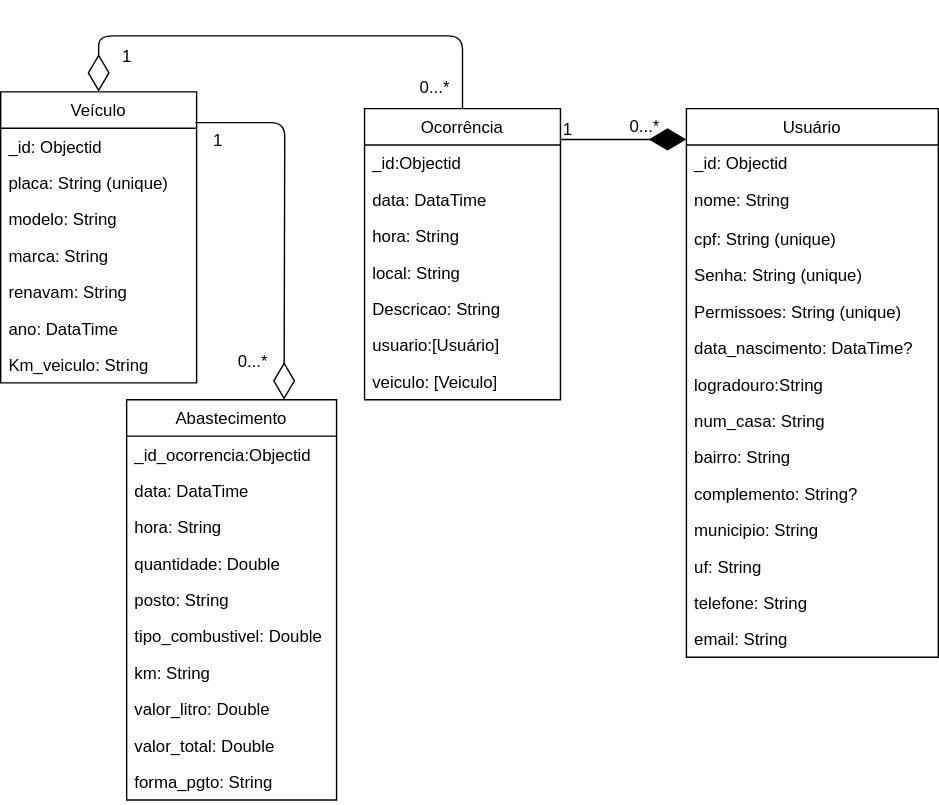
This is docs/NoAM.svg from FatecFranca/DSM-G04-PI3-2024-1, a draw.io export, as it was before one commit. Source tidied: cells renumbered, new cells last; positions are measured from the earlier drawing's top-left corner, leaving out a move shared by most shapes.
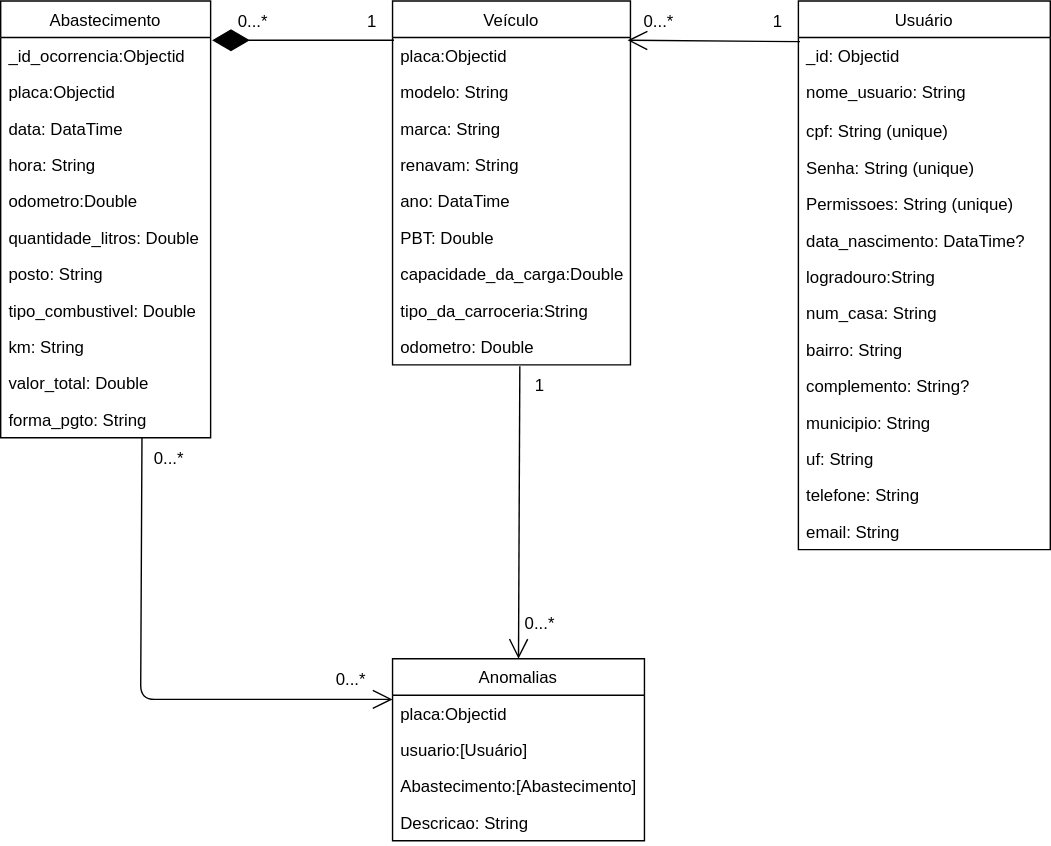
Above is the later version.

Commit message:
Alteração diagrama

What changed in the source:
```diff
@@ -3,68 +3,42 @@
     <mxCell id="0" />
     <mxCell id="1" parent="0" />
     <mxCell id="2" value="0...*" style="text;html=1;align=center;verticalAlign=middle;strokeColor=none;fillColor=none;" parent="1" vertex="1">
-      <mxGeometry x="440" y="50" width="40" height="30" as="geometry" />
+      <mxGeometry x="450" width="40" height="30" as="geometry" />
     </mxCell>
-    <mxCell id="3" style="endArrow=diamondThin;endFill=1;endSize=24;html=1;exitX=1;exitY=0.121;exitDx=0;exitDy=0;exitPerimeter=0;" parent="1" edge="1">
-      <mxGeometry relative="1" as="geometry">
-        <mxPoint x="400" y="74" as="sourcePoint" />
-        <mxPoint x="490" y="74" as="targetPoint" />
-      </mxGeometry>
-    </mxCell>
     <mxCell id="4" value="1" style="text;html=1;align=center;verticalAlign=middle;strokeColor=none;fillColor=none;" parent="1" vertex="1">
-      <mxGeometry x="390" y="52" width="30" height="30" as="geometry" />
+      <mxGeometry x="370" y="260" width="30" height="30" as="geometry" />
     </mxCell>
     <mxCell id="5" value="1" style="text;html=1;align=center;verticalAlign=middle;strokeColor=none;fillColor=none;" parent="1" vertex="1">
-      <mxGeometry x="75" width="30" height="30" as="geometry" />
+      <mxGeometry x="250" width="30" height="30" as="geometry" />
     </mxCell>
-    <mxCell id="6" style="endArrow=diamondThin;endFill=0;endSize=24;html=1;entryX=0.5;entryY=0;entryDx=0;entryDy=0;exitX=0.5;exitY=0;exitDx=0;exitDy=0;" parent="1" edge="1">
-      <mxGeometry relative="1" as="geometry">
-        <mxPoint x="330" y="52" as="sourcePoint" />
-        <mxPoint x="70" y="40" as="targetPoint" />
-        <Array as="points">
-          <mxPoint x="330" />
-          <mxPoint x="210" />
-          <mxPoint x="70" />
-        </Array>
-      </mxGeometry>
-    </mxCell>
     <mxCell id="7" value="1" style="text;html=1;align=center;verticalAlign=middle;strokeColor=none;fillColor=none;" parent="1" vertex="1">
-      <mxGeometry x="140" y="60" width="30" height="30" as="geometry" />
+      <mxGeometry x="540" width="30" height="30" as="geometry" />
     </mxCell>
     <mxCell id="8" value="0...*" style="text;html=1;align=center;verticalAlign=middle;strokeColor=none;fillColor=none;" parent="1" vertex="1">
-      <mxGeometry x="160" y="218" width="40" height="30" as="geometry" />
+      <mxGeometry x="365" y="430" width="40" height="30" as="geometry" />
     </mxCell>
-    <mxCell id="9" value="Ocorrência" style="swimlane;fontStyle=0;horizontal=1;startSize=26;fillColor=none;" parent="1" vertex="1">
-      <mxGeometry x="260" y="52" width="140" height="208" as="geometry" />
+    <mxCell id="9" value="Anomalias" style="swimlane;fontStyle=0;horizontal=1;startSize=26;fillColor=none;" parent="1" vertex="1">
+      <mxGeometry x="280" y="470" width="180" height="130" as="geometry" />
     </mxCell>
-    <mxCell id="10" value="_id:Objectid" style="text;strokeColor=none;fillColor=none;align=left;verticalAlign=top;spacingLeft=4;spacingRight=4;overflow=hidden;points=[[0,0.5],[1,0.5]];portConstraint=eastwest;" parent="9" vertex="1">
-      <mxGeometry y="26" width="140" height="26" as="geometry" />
+    <mxCell id="10" value="placa:Objectid" style="text;strokeColor=none;fillColor=none;align=left;verticalAlign=top;spacingLeft=4;spacingRight=4;overflow=hidden;points=[[0,0.5],[1,0.5]];portConstraint=eastwest;" parent="9" vertex="1">
+      <mxGeometry y="26" width="180" height="26" as="geometry" />
     </mxCell>
-    <mxCell id="11" value="data: DataTime" style="text;strokeColor=none;fillColor=none;align=left;verticalAlign=top;spacingLeft=4;spacingRight=4;overflow=hidden;" parent="9" vertex="1">
-      <mxGeometry y="52" width="140" height="26" as="geometry" />
-    </mxCell>
-    <mxCell id="12" value="hora: String" style="text;strokeColor=none;fillColor=none;align=left;verticalAlign=top;spacingLeft=4;spacingRight=4;overflow=hidden;" parent="9" vertex="1">
-      <mxGeometry y="78" width="140" height="26" as="geometry" />
-    </mxCell>
-    <mxCell id="13" value="local: String" style="text;strokeColor=none;fillColor=none;align=left;verticalAlign=top;spacingLeft=4;spacingRight=4;overflow=hidden;" parent="9" vertex="1">
-      <mxGeometry y="104" width="140" height="26" as="geometry" />
-    </mxCell>
+    <mxCell id="15" value="usuario:[Usuário]" style="text;strokeColor=none;fillColor=none;align=left;verticalAlign=top;spacingLeft=4;spacingRight=4;overflow=hidden;" parent="9" vertex="1">
+      <mxGeometry y="52" width="180" height="26" as="geometry" />
+    </mxCell>
+    <mxCell id="53" value="Abastecimento:[Abastecimento]" style="text;strokeColor=none;fillColor=none;align=left;verticalAlign=top;spacingLeft=4;spacingRight=4;overflow=hidden;" parent="9" vertex="1">
+      <mxGeometry y="78" width="180" height="26" as="geometry" />
+    </mxCell>
     <mxCell id="14" value="Descricao: String" style="text;strokeColor=none;fillColor=none;align=left;verticalAlign=top;spacingLeft=4;spacingRight=4;overflow=hidden;" parent="9" vertex="1">
-      <mxGeometry y="130" width="140" height="26" as="geometry" />
+      <mxGeometry y="104" width="180" height="26" as="geometry" />
     </mxCell>
-    <mxCell id="15" value="usuario:[Usuário]" style="text;strokeColor=none;fillColor=none;align=left;verticalAlign=top;spacingLeft=4;spacingRight=4;overflow=hidden;" parent="9" vertex="1">
-      <mxGeometry y="156" width="140" height="26" as="geometry" />
-    </mxCell>
-    <mxCell id="16" value="veiculo: [Veiculo]" style="text;strokeColor=none;fillColor=none;align=left;verticalAlign=top;spacingLeft=4;spacingRight=4;overflow=hidden;" parent="9" vertex="1">
-      <mxGeometry y="182" width="140" height="26" as="geometry" />
-    </mxCell>
     <mxCell id="17" value="Usuário" style="swimlane;fontStyle=0;horizontal=1;startSize=26;fillColor=none;" parent="1" vertex="1">
-      <mxGeometry x="490" y="52" width="180" height="392" as="geometry" />
+      <mxGeometry x="570" width="180" height="392" as="geometry" />
     </mxCell>
     <mxCell id="18" value="_id: Objectid" style="text;strokeColor=none;fillColor=none;align=left;verticalAlign=top;spacingLeft=4;spacingRight=4;overflow=hidden;points=[[0,0.5],[1,0.5]];portConstraint=eastwest;" parent="17" vertex="1">
       <mxGeometry y="26" width="180" height="26" as="geometry" />
     </mxCell>
-    <mxCell id="19" value="nome: String" style="text;strokeColor=none;fillColor=none;align=left;verticalAlign=top;spacingLeft=4;spacingRight=4;overflow=hidden;" parent="17" vertex="1">
+    <mxCell id="19" value="nome_usuario: String" style="text;strokeColor=none;fillColor=none;align=left;verticalAlign=top;spacingLeft=4;spacingRight=4;overflow=hidden;" parent="17" vertex="1">
       <mxGeometry y="52" width="180" height="28" as="geometry" />
     </mxCell>
     <mxCell id="20" value="cpf: String (unique)" style="text;strokeColor=none;fillColor=none;align=left;verticalAlign=top;spacingLeft=4;spacingRight=4;overflow=hidden;" parent="17" vertex="1">
@@ -104,71 +78,96 @@
       <mxGeometry y="366" width="180" height="26" as="geometry" />
     </mxCell>
     <mxCell id="32" value="Veículo" style="swimlane;fontStyle=0;horizontal=1;startSize=26;fillColor=none;" parent="1" vertex="1">
-      <mxGeometry y="40" width="140" height="208" as="geometry" />
+      <mxGeometry x="280" width="170" height="260" as="geometry" />
     </mxCell>
-    <mxCell id="33" value="_id: Objectid" style="text;strokeColor=none;fillColor=none;align=left;verticalAlign=top;spacingLeft=4;spacingRight=4;overflow=hidden;points=[[0,0.5],[1,0.5]];portConstraint=eastwest;" parent="32" vertex="1">
-      <mxGeometry y="26" width="140" height="26" as="geometry" />
-    </mxCell>
-    <mxCell id="34" value="placa: String (unique)" style="text;strokeColor=none;fillColor=none;align=left;verticalAlign=top;spacingLeft=4;spacingRight=4;overflow=hidden;points=[[0,0.5],[1,0.5]];portConstraint=eastwest;" parent="32" vertex="1">
-      <mxGeometry y="52" width="140" height="26" as="geometry" />
+    <mxCell id="34" value="placa:Objectid" style="text;strokeColor=none;fillColor=none;align=left;verticalAlign=top;spacingLeft=4;spacingRight=4;overflow=hidden;points=[[0,0.5],[1,0.5]];portConstraint=eastwest;" parent="32" vertex="1">
+      <mxGeometry y="26" width="170" height="26" as="geometry" />
     </mxCell>
     <mxCell id="35" value="modelo: String" style="text;strokeColor=none;fillColor=none;align=left;verticalAlign=top;spacingLeft=4;spacingRight=4;overflow=hidden;" parent="32" vertex="1">
-      <mxGeometry y="78" width="140" height="26" as="geometry" />
+      <mxGeometry y="52" width="170" height="26" as="geometry" />
     </mxCell>
     <mxCell id="36" value="marca: String" style="text;strokeColor=none;fillColor=none;align=left;verticalAlign=top;spacingLeft=4;spacingRight=4;overflow=hidden;" parent="32" vertex="1">
-      <mxGeometry y="104" width="140" height="26" as="geometry" />
+      <mxGeometry y="78" width="170" height="26" as="geometry" />
     </mxCell>
     <mxCell id="37" value="renavam: String" style="text;strokeColor=none;fillColor=none;align=left;verticalAlign=top;spacingLeft=4;spacingRight=4;overflow=hidden;" parent="32" vertex="1">
-      <mxGeometry y="130" width="140" height="26" as="geometry" />
+      <mxGeometry y="104" width="170" height="26" as="geometry" />
     </mxCell>
     <mxCell id="38" value="ano: DataTime" style="text;strokeColor=none;fillColor=none;align=left;verticalAlign=top;spacingLeft=4;spacingRight=4;overflow=hidden;" parent="32" vertex="1">
-      <mxGeometry y="156" width="140" height="26" as="geometry" />
+      <mxGeometry y="130" width="170" height="26" as="geometry" />
     </mxCell>
+    <mxCell id="54" value="PBT: Double" style="text;strokeColor=none;fillColor=none;align=left;verticalAlign=top;spacingLeft=4;spacingRight=4;overflow=hidden;" parent="32" vertex="1">
+      <mxGeometry y="156" width="170" height="26" as="geometry" />
+    </mxCell>
+    <mxCell id="55" value="capacidade_da_carga:Double" style="text;strokeColor=none;fillColor=none;align=left;verticalAlign=top;spacingLeft=4;spacingRight=4;overflow=hidden;" parent="32" vertex="1">
+      <mxGeometry y="182" width="170" height="26" as="geometry" />
+    </mxCell>
+    <mxCell id="56" value="tipo_da_carroceria:String" style="text;strokeColor=none;fillColor=none;align=left;verticalAlign=top;spacingLeft=4;spacingRight=4;overflow=hidden;" parent="32" vertex="1">
+      <mxGeometry y="208" width="170" height="26" as="geometry" />
+    </mxCell>
-    <mxCell id="39" value="Km_veiculo: String" style="text;strokeColor=none;fillColor=none;align=left;verticalAlign=top;spacingLeft=4;spacingRight=4;overflow=hidden;points=[[0,0.5],[1,0.5]];portConstraint=eastwest;" parent="32" vertex="1">
-      <mxGeometry y="182" width="140" height="26" as="geometry" />
+    <mxCell id="39" value="odometro: Double" style="text;strokeColor=none;fillColor=none;align=left;verticalAlign=top;spacingLeft=4;spacingRight=4;overflow=hidden;points=[[0,0.5],[1,0.5]];portConstraint=eastwest;" parent="32" vertex="1">
+      <mxGeometry y="234" width="170" height="26" as="geometry" />
     </mxCell>
     <mxCell id="40" value="Abastecimento" style="swimlane;fontStyle=0;horizontal=1;startSize=26;fillColor=none;" parent="1" vertex="1">
-      <mxGeometry x="90" y="260" width="150" height="286" as="geometry" />
+      <mxGeometry width="150" height="312" as="geometry" />
     </mxCell>
     <mxCell id="41" value="_id_ocorrencia:Objectid" style="text;strokeColor=none;fillColor=none;align=left;verticalAlign=top;spacingLeft=4;spacingRight=4;overflow=hidden;points=[[0,0.5],[1,0.5]];portConstraint=eastwest;" parent="40" vertex="1">
       <mxGeometry y="26" width="150" height="26" as="geometry" />
     </mxCell>
+    <mxCell id="57" value="placa:Objectid" style="text;strokeColor=none;fillColor=none;align=left;verticalAlign=top;spacingLeft=4;spacingRight=4;overflow=hidden;" parent="40" vertex="1">
+      <mxGeometry y="52" width="150" height="26" as="geometry" />
+    </mxCell>
     <mxCell id="42" value="data: DataTime" style="text;strokeColor=none;fillColor=none;align=left;verticalAlign=top;spacingLeft=4;spacingRight=4;overflow=hidden;" parent="40" vertex="1">
-      <mxGeometry y="52" width="150" height="26" as="geometry" />
+      <mxGeometry y="78" width="150" height="26" as="geometry" />
     </mxCell>
     <mxCell id="43" value="hora: String" style="text;strokeColor=none;fillColor=none;align=left;verticalAlign=top;spacingLeft=4;spacingRight=4;overflow=hidden;" parent="40" vertex="1">
-      <mxGeometry y="78" width="150" height="26" as="geometry" />
+      <mxGeometry y="104" width="150" height="26" as="geometry" />
     </mxCell>
+    <mxCell id="58" value="odometro:Double" style="text;strokeColor=none;fillColor=none;align=left;verticalAlign=top;spacingLeft=4;spacingRight=4;overflow=hidden;" parent="40" vertex="1">
+      <mxGeometry y="130" width="150" height="26" as="geometry" />
+    </mxCell>
-    <mxCell id="44" value="quantidade: Double" style="text;strokeColor=none;fillColor=none;align=left;verticalAlign=top;spacingLeft=4;spacingRight=4;overflow=hidden;" parent="40" vertex="1">
-      <mxGeometry y="104" width="150" height="26" as="geometry" />
+    <mxCell id="44" value="quantidade_litros: Double" style="text;strokeColor=none;fillColor=none;align=left;verticalAlign=top;spacingLeft=4;spacingRight=4;overflow=hidden;" parent="40" vertex="1">
+      <mxGeometry y="156" width="150" height="26" as="geometry" />
     </mxCell>
     <mxCell id="45" value="posto: String" style="text;strokeColor=none;fillColor=none;align=left;verticalAlign=top;spacingLeft=4;spacingRight=4;overflow=hidden;" parent="40" vertex="1">
-      <mxGeometry y="130" width="150" height="26" as="geometry" />
+      <mxGeometry y="182" width="150" height="26" as="geometry" />
     </mxCell>
     <mxCell id="46" value="tipo_combustivel: Double" style="text;strokeColor=none;fillColor=none;align=left;verticalAlign=top;spacingLeft=4;spacingRight=4;overflow=hidden;" parent="40" vertex="1">
-      <mxGeometry y="156" width="150" height="26" as="geometry" />
+      <mxGeometry y="208" width="150" height="26" as="geometry" />
     </mxCell>
     <mxCell id="47" value="km: String" style="text;strokeColor=none;fillColor=none;align=left;verticalAlign=top;spacingLeft=4;spacingRight=4;overflow=hidden;" parent="40" vertex="1">
-      <mxGeometry y="182" width="150" height="26" as="geometry" />
+      <mxGeometry y="234" width="150" height="26" as="geometry" />
     </mxCell>
-    <mxCell id="48" value="valor_litro: Double" style="text;strokeColor=none;fillColor=none;align=left;verticalAlign=top;spacingLeft=4;spacingRight=4;overflow=hidden;" parent="40" vertex="1">
-      <mxGeometry y="208" width="150" height="26" as="geometry" />
-    </mxCell>
     <mxCell id="49" value="valor_total: Double" style="text;strokeColor=none;fillColor=none;align=left;verticalAlign=top;spacingLeft=4;spacingRight=4;overflow=hidden;" parent="40" vertex="1">
-      <mxGeometry y="234" width="150" height="26" as="geometry" />
+      <mxGeometry y="260" width="150" height="26" as="geometry" />
     </mxCell>
     <mxCell id="50" value="forma_pgto: String" style="text;strokeColor=none;fillColor=none;align=left;verticalAlign=top;spacingLeft=4;spacingRight=4;overflow=hidden;" parent="40" vertex="1">
-      <mxGeometry y="260" width="150" height="26" as="geometry" />
+      <mxGeometry y="286" width="150" height="26" as="geometry" />
     </mxCell>
-    <mxCell id="51" style="endArrow=diamondThin;endFill=0;endSize=24;html=1;entryX=0.75;entryY=0;entryDx=0;entryDy=0;exitX=0.993;exitY=-0.154;exitDx=0;exitDy=0;exitPerimeter=0;" parent="1" edge="1" source="33" target="40">
-      <mxGeometry relative="1" as="geometry">
-        <Array as="points">
-          <mxPoint x="203" y="62" />
-        </Array>
-      </mxGeometry>
-    </mxCell>
     <mxCell id="52" value="0...*" style="text;html=1;align=center;verticalAlign=middle;strokeColor=none;fillColor=none;" parent="1" vertex="1">
-      <mxGeometry x="290" y="22" width="40" height="30" as="geometry" />
+      <mxGeometry x="160" width="40" height="30" as="geometry" />
     </mxCell>
+    <mxCell id="59" style="endArrow=open;endFill=1;endSize=12;html=1;entryX=0.988;entryY=0.077;entryDx=0;entryDy=0;entryPerimeter=0;exitX=0.006;exitY=0.115;exitDx=0;exitDy=0;exitPerimeter=0;" parent="1" edge="1" source="18" target="34">
+      <mxGeometry relative="1" as="geometry" />
+    </mxCell>
+    <mxCell id="60" style="endArrow=diamondThin;endFill=1;endSize=24;html=1;entryX=1.007;entryY=0.077;entryDx=0;entryDy=0;entryPerimeter=0;exitX=0.006;exitY=0.077;exitDx=0;exitDy=0;exitPerimeter=0;" parent="1" edge="1" source="34" target="41">
+      <mxGeometry relative="1" as="geometry" />
+    </mxCell>
+    <mxCell id="61" style="endArrow=open;endFill=1;endSize=12;html=1;exitX=0.535;exitY=1.038;exitDx=0;exitDy=0;exitPerimeter=0;entryX=0.5;entryY=0;entryDx=0;entryDy=0;" parent="1" edge="1" source="39" target="9">
+      <mxGeometry relative="1" as="geometry" />
+    </mxCell>
+    <mxCell id="62" style="endArrow=open;endFill=1;endSize=12;html=1;exitX=0.535;exitY=1.038;exitDx=0;exitDy=0;exitPerimeter=0;entryX=0;entryY=0.115;entryDx=0;entryDy=0;entryPerimeter=0;" parent="1" edge="1" target="10">
+      <mxGeometry relative="1" as="geometry">
+        <mxPoint x="101" y="312" as="sourcePoint" />
+        <Array as="points">
+          <mxPoint x="100" y="499" />
+        </Array>
+      </mxGeometry>
+    </mxCell>
+    <mxCell id="63" value="0...*" style="text;html=1;align=center;verticalAlign=middle;strokeColor=none;fillColor=none;" parent="1" vertex="1">
+      <mxGeometry x="230" y="470" width="40" height="30" as="geometry" />
+    </mxCell>
+    <mxCell id="64" value="0...*" style="text;html=1;align=center;verticalAlign=middle;strokeColor=none;fillColor=none;" parent="1" vertex="1">
+      <mxGeometry x="100" y="312" width="40" height="30" as="geometry" />
+    </mxCell>
   </root>
 </mxGraphModel>
```
